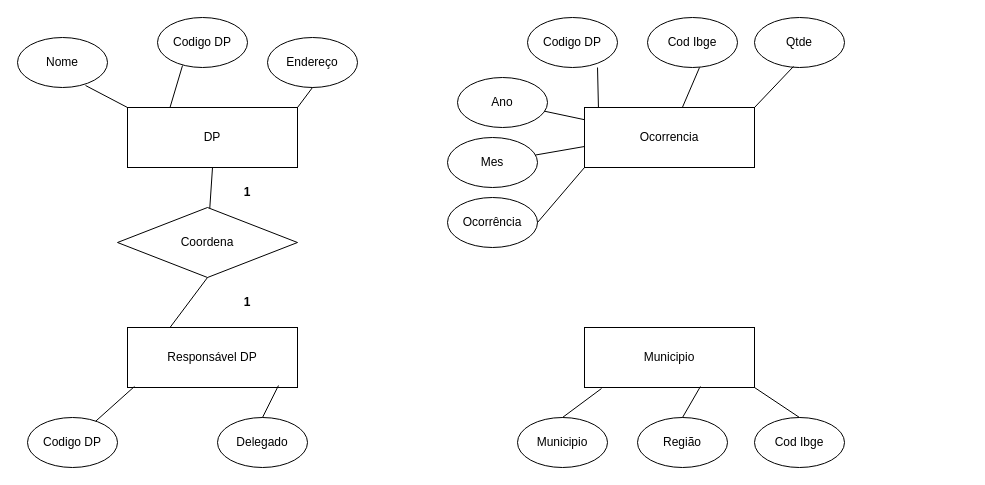
The draw.io diagram exerc.drawio in LorenzoGG/aulateste, before the edit. Source tidied: cells renumbered, new cells numbered last; positions are measured from the earlier drawing's top-left corner, leaving out a move shared by most shapes. Both pictures are drawn from the tidied source at 100%, with x=0, y=0 at pixel (17, 17).
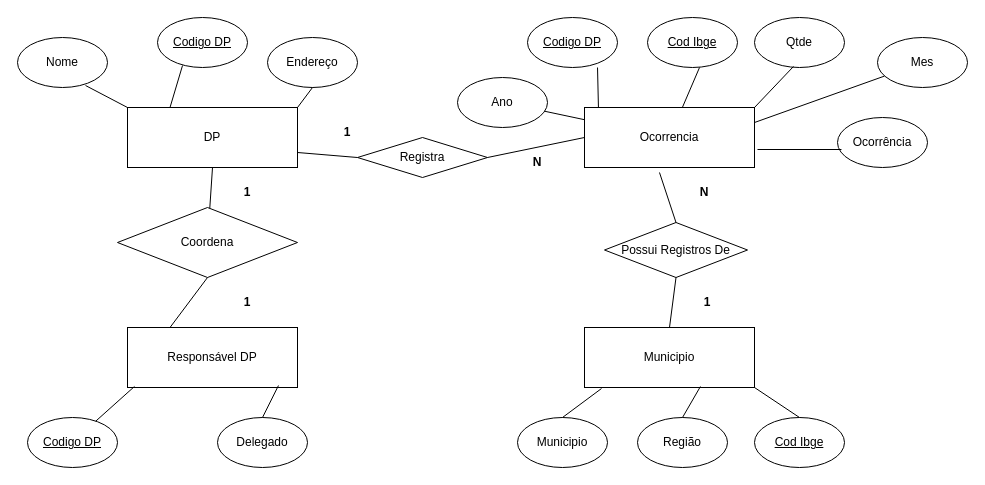
The same diagram, later.

Unchanged cells that the change refers to:
```xml
<mxCell id="2" value="DP" style="rounded=0;whiteSpace=wrap;html=1;" parent="1" vertex="1">
  <mxGeometry x="110" y="90" width="170" height="60" as="geometry" />
</mxCell>
<mxCell id="9" value="&lt;div&gt;Municipio&lt;/div&gt;" style="rounded=0;whiteSpace=wrap;html=1;" parent="1" vertex="1">
  <mxGeometry x="567" y="310" width="170" height="60" as="geometry" />
</mxCell>
<mxCell id="13" value="Ocorrencia" style="rounded=0;whiteSpace=wrap;html=1;" parent="1" vertex="1">
  <mxGeometry x="567" y="90" width="170" height="60" as="geometry" />
</mxCell>
```

What changed in the source:
```diff
@@
-    <mxCell id="3" value="Codigo DP" style="ellipse;whiteSpace=wrap;html=1;" parent="1" vertex="1">
+    <mxCell id="3" value="&lt;u&gt;Codigo DP&lt;/u&gt;" style="ellipse;whiteSpace=wrap;html=1;" parent="1" vertex="1">
       <mxGeometry x="510" width="90" height="50" as="geometry" />
     </mxCell>
@@
-    <mxCell id="7" value="Codigo DP" style="ellipse;whiteSpace=wrap;html=1;" parent="1" vertex="1">
+    <mxCell id="7" value="&lt;u&gt;Codigo DP&lt;/u&gt;" style="ellipse;whiteSpace=wrap;html=1;" parent="1" vertex="1">
       <mxGeometry x="10" y="400" width="90" height="50" as="geometry" />
     </mxCell>
@@
-    <mxCell id="12" value="Cod Ibge" style="ellipse;whiteSpace=wrap;html=1;" parent="1" vertex="1">
+    <mxCell id="12" value="&lt;u&gt;Cod Ibge&lt;/u&gt;" style="ellipse;whiteSpace=wrap;html=1;" parent="1" vertex="1">
       <mxGeometry x="737" y="400" width="90" height="50" as="geometry" />
     </mxCell>
@@
-    <mxCell id="14" value="Codigo DP" style="ellipse;whiteSpace=wrap;html=1;" parent="1" vertex="1">
+    <mxCell id="14" value="&lt;u&gt;Codigo DP&lt;/u&gt;" style="ellipse;whiteSpace=wrap;html=1;" parent="1" vertex="1">
       <mxGeometry x="140" width="90" height="50" as="geometry" />
     </mxCell>
-    <mxCell id="15" value="Cod Ibge" style="ellipse;whiteSpace=wrap;html=1;" parent="1" vertex="1">
+    <mxCell id="15" value="&lt;u&gt;Cod Ibge&lt;/u&gt;" style="ellipse;whiteSpace=wrap;html=1;" parent="1" vertex="1">
       <mxGeometry x="630" width="90" height="50" as="geometry" />
     </mxCell>
@@
     <mxCell id="18" value="Mes" style="ellipse;whiteSpace=wrap;html=1;" parent="1" vertex="1">
-      <mxGeometry x="430" y="120" width="90" height="50" as="geometry" />
+      <mxGeometry x="860" y="20" width="90" height="50" as="geometry" />
     </mxCell>
     <mxCell id="19" value="Ocorrência" style="ellipse;whiteSpace=wrap;html=1;" parent="1" vertex="1">
-      <mxGeometry x="430" y="180" width="90" height="50" as="geometry" />
+      <mxGeometry x="820" y="100" width="90" height="50" as="geometry" />
     </mxCell>
-    <mxCell id="20" style="endArrow=none;html=1;rounded=0;entryX=1;entryY=0.5;entryDx=0;entryDy=0;exitX=0;exitY=1;exitDx=0;exitDy=0;" parent="1" edge="1" source="13" target="19">
-      <mxGeometry relative="1" as="geometry" />
-    </mxCell>
-    <mxCell id="21" style="endArrow=none;html=1;rounded=0;entryX=0;entryY=0.65;entryDx=0;entryDy=0;entryPerimeter=0;" parent="1" edge="1" source="18" target="13">
+    <mxCell id="21" style="endArrow=none;html=1;rounded=0;entryX=1;entryY=0.25;entryDx=0;entryDy=0;" parent="1" edge="1" source="18" target="13">
       <mxGeometry relative="1" as="geometry" />
     </mxCell>
@@
+    <mxCell id="39" value="Registra" style="rhombus;whiteSpace=wrap;html=1;" parent="1" vertex="1">
+      <mxGeometry x="340" y="120" width="130" height="40" as="geometry" />
+    </mxCell>
+    <mxCell id="40" style="endArrow=none;html=1;rounded=0;entryX=0.044;entryY=0.64;entryDx=0;entryDy=0;entryPerimeter=0;" parent="1" edge="1" target="19">
+      <mxGeometry relative="1" as="geometry">
+        <mxPoint x="740" y="132" as="sourcePoint" />
+      </mxGeometry>
+    </mxCell>
+    <mxCell id="41" style="endArrow=none;html=1;rounded=0;entryX=0;entryY=0.5;entryDx=0;entryDy=0;exitX=1;exitY=0.5;exitDx=0;exitDy=0;" parent="1" edge="1" source="39" target="13">
+      <mxGeometry relative="1" as="geometry" />
+    </mxCell>
+    <mxCell id="42" style="endArrow=none;html=1;rounded=0;entryX=0;entryY=0.5;entryDx=0;entryDy=0;exitX=1;exitY=0.75;exitDx=0;exitDy=0;" parent="1" edge="1" source="2" target="39">
+      <mxGeometry relative="1" as="geometry" />
+    </mxCell>
+    <mxCell id="43" value="&lt;b&gt;1&lt;/b&gt;" style="text;strokeColor=none;align=center;fillColor=none;html=1;verticalAlign=middle;whiteSpace=wrap;rounded=0;" parent="1" vertex="1">
+      <mxGeometry x="300" y="100" width="60" height="30" as="geometry" />
+    </mxCell>
+    <mxCell id="44" value="&lt;b&gt;N&lt;/b&gt;" style="text;strokeColor=none;align=center;fillColor=none;html=1;verticalAlign=middle;whiteSpace=wrap;rounded=0;" parent="1" vertex="1">
+      <mxGeometry x="490" y="130" width="60" height="30" as="geometry" />
+    </mxCell>
+    <mxCell id="45" value="Possui Registros De" style="rhombus;whiteSpace=wrap;html=1;" parent="1" vertex="1">
+      <mxGeometry x="587" y="205" width="143" height="55" as="geometry" />
+    </mxCell>
+    <mxCell id="46" style="endArrow=none;html=1;rounded=0;entryX=0.441;entryY=1.083;entryDx=0;entryDy=0;entryPerimeter=0;exitX=0.5;exitY=0;exitDx=0;exitDy=0;" parent="1" edge="1" source="45" target="13">
+      <mxGeometry relative="1" as="geometry" />
+    </mxCell>
+    <mxCell id="47" style="endArrow=none;html=1;rounded=0;entryX=0.5;entryY=1;entryDx=0;entryDy=0;exitX=0.5;exitY=0;exitDx=0;exitDy=0;" parent="1" edge="1" source="9" target="45">
+      <mxGeometry relative="1" as="geometry" />
+    </mxCell>
+    <mxCell id="48" value="&lt;b&gt;1&lt;/b&gt;" style="text;strokeColor=none;align=center;fillColor=none;html=1;verticalAlign=middle;whiteSpace=wrap;rounded=0;" parent="1" vertex="1">
+      <mxGeometry x="660" y="270" width="60" height="30" as="geometry" />
+    </mxCell>
+    <mxCell id="49" value="&lt;b&gt;N&lt;/b&gt;" style="text;strokeColor=none;align=center;fillColor=none;html=1;verticalAlign=middle;whiteSpace=wrap;rounded=0;" parent="1" vertex="1">
+      <mxGeometry x="657" y="160" width="60" height="30" as="geometry" />
+    </mxCell>
```
